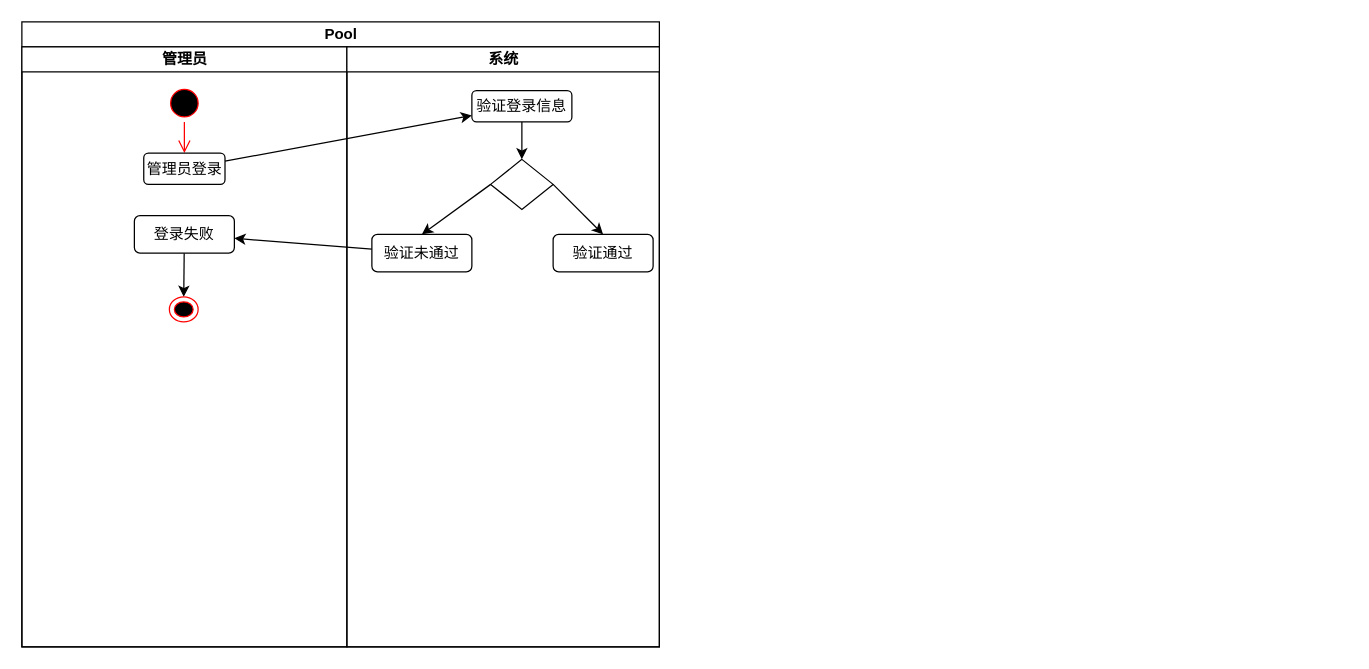
This is 管理员-业务用例图.drawio from JMHello/draw, a draw.io file, before an edit. Source tidied: cells renumbered, new cells numbered last; positions are measured from the earlier drawing's top-left corner, leaving out a move shared by most shapes. Both pictures are drawn from the tidied source at 125%, with x=0, y=0 at pixel (21, 21).
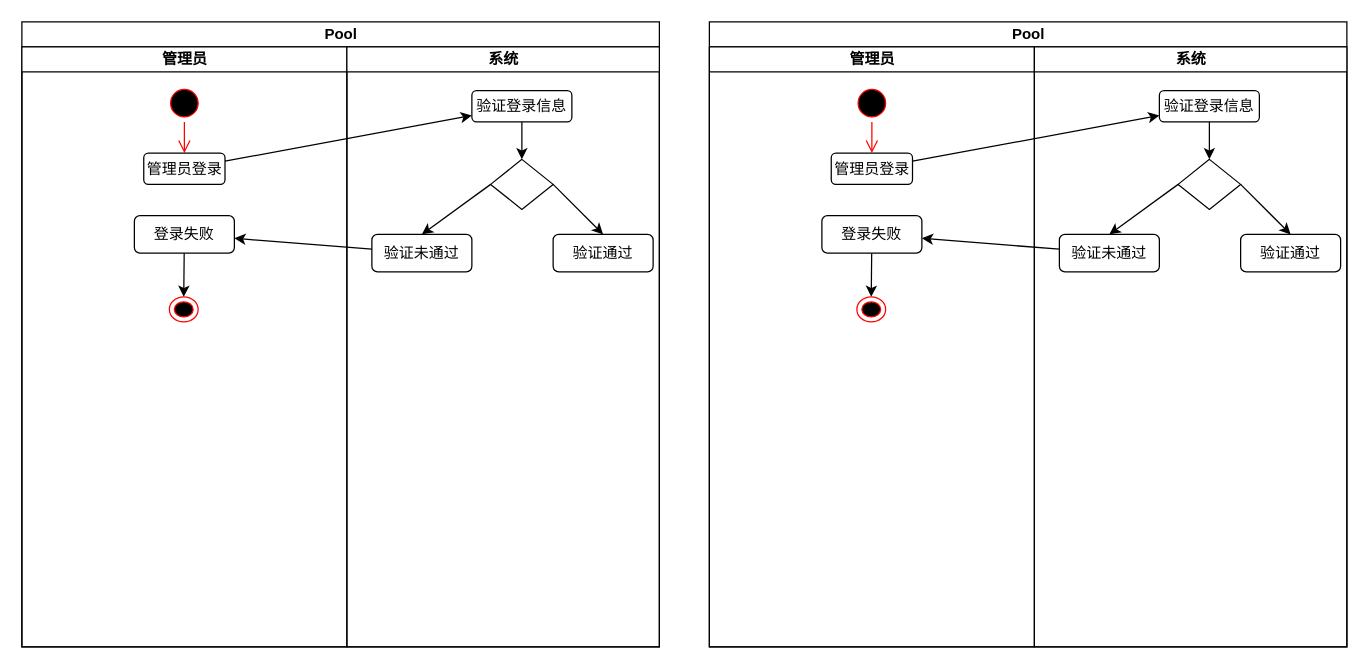
After the change.

Commit message (it also covers changes not shown here):
Update 管理员-业务用例图.drawio

What changed in the source:
```diff
@@
+    <mxCell id="20" value="Pool" style="swimlane;html=1;startSize=20;" parent="1" vertex="1">
+      <mxGeometry x="550" width="510" height="500" as="geometry" />
+    </mxCell>
+    <mxCell id="21" value="管理员" style="swimlane;html=1;startSize=20;" parent="20" vertex="1">
+      <mxGeometry y="20" width="260" height="480" as="geometry" />
+    </mxCell>
+    <mxCell id="22" style="ellipse;html=1;shape=startState;fillColor=#000000;strokeColor=#ff0000;" parent="21" vertex="1">
+      <mxGeometry x="115" y="30" width="30" height="30" as="geometry" />
+    </mxCell>
+    <mxCell id="23" style="html=1;verticalAlign=bottom;endArrow=open;endSize=8;strokeColor=#ff0000;entryX=0.5;entryY=0;entryDx=0;entryDy=0;" parent="21" edge="1" source="22" target="24">
+      <mxGeometry relative="1" as="geometry" />
+    </mxCell>
+    <mxCell id="24" value="管理员登录" style="rounded=1;whiteSpace=wrap;html=1;" parent="21" vertex="1">
+      <mxGeometry x="97.5" y="85" width="65" height="25" as="geometry" />
+    </mxCell>
+    <mxCell id="25" style="edgeStyle=none;rounded=0;jettySize=auto;html=1;entryX=0.5;entryY=0;entryDx=0;entryDy=0;" parent="21" edge="1" source="26" target="27">
+      <mxGeometry relative="1" as="geometry" />
+    </mxCell>
+    <mxCell id="26" value="登录失败" style="rounded=1;whiteSpace=wrap;html=1;" parent="21" vertex="1">
+      <mxGeometry x="90" y="135" width="80" height="30" as="geometry" />
+    </mxCell>
+    <mxCell id="27" style="ellipse;html=1;shape=endState;fillColor=#000000;strokeColor=#ff0000;" parent="21" vertex="1">
+      <mxGeometry x="118" y="200" width="23" height="20" as="geometry" />
+    </mxCell>
+    <mxCell id="28" style="edgeStyle=none;rounded=0;jettySize=auto;html=1;" parent="20" edge="1" source="24" target="31">
+      <mxGeometry relative="1" as="geometry" />
+    </mxCell>
+    <mxCell id="29" value="系统" style="swimlane;html=1;startSize=20;" parent="20" vertex="1">
+      <mxGeometry x="260" y="20" width="250" height="480" as="geometry" />
+    </mxCell>
+    <mxCell id="30" style="edgeStyle=none;rounded=0;jettySize=auto;html=1;" parent="29" edge="1" source="31" target="34">
+      <mxGeometry relative="1" as="geometry" />
+    </mxCell>
+    <mxCell id="31" value="验证登录信息" style="rounded=1;whiteSpace=wrap;html=1;" parent="29" vertex="1">
+      <mxGeometry x="100" y="35" width="80" height="25" as="geometry" />
+    </mxCell>
+    <mxCell id="32" style="edgeStyle=none;rounded=0;jettySize=auto;html=1;exitX=0;exitY=0.5;exitDx=0;exitDy=0;entryX=0.5;entryY=0;entryDx=0;entryDy=0;" parent="29" edge="1" source="34" target="35">
+      <mxGeometry relative="1" as="geometry" />
+    </mxCell>
+    <mxCell id="33" style="edgeStyle=none;rounded=0;jettySize=auto;html=1;exitX=1;exitY=0.5;exitDx=0;exitDy=0;entryX=0.5;entryY=0;entryDx=0;entryDy=0;" parent="29" edge="1" source="34" target="36">
+      <mxGeometry relative="1" as="geometry" />
+    </mxCell>
+    <mxCell id="34" style="rhombus;whiteSpace=wrap;html=1;" parent="29" vertex="1">
+      <mxGeometry x="115" y="90" width="50" height="40" as="geometry" />
+    </mxCell>
+    <mxCell id="35" value="验证未通过" style="rounded=1;whiteSpace=wrap;html=1;" parent="29" vertex="1">
+      <mxGeometry x="20" y="150" width="80" height="30" as="geometry" />
+    </mxCell>
+    <mxCell id="36" value="验证通过" style="rounded=1;whiteSpace=wrap;html=1;" parent="29" vertex="1">
+      <mxGeometry x="165" y="150" width="80" height="30" as="geometry" />
+    </mxCell>
+    <mxCell id="37" style="edgeStyle=none;rounded=0;jettySize=auto;html=1;" parent="20" edge="1" source="35" target="26">
+      <mxGeometry relative="1" as="geometry" />
+    </mxCell>
```
